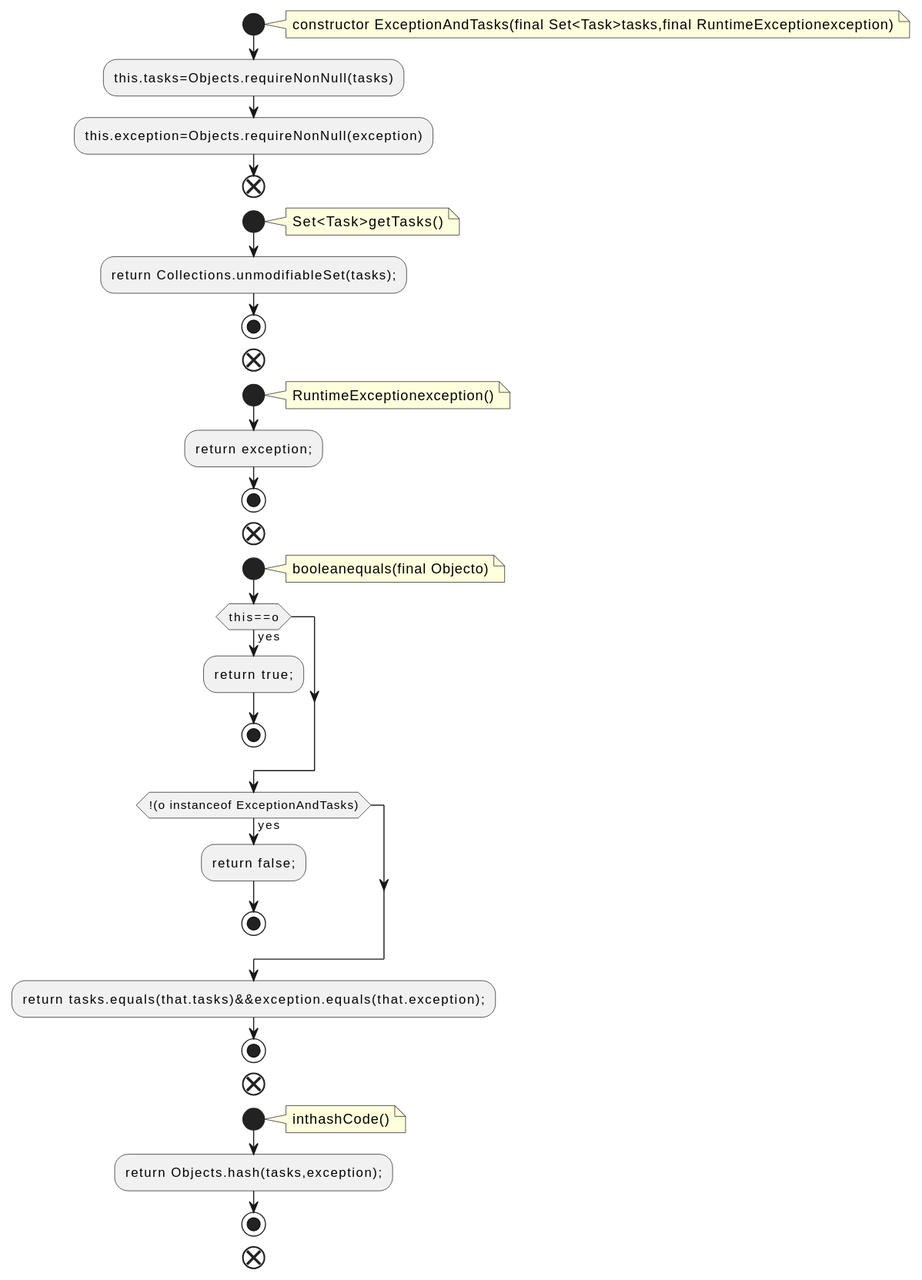
This is docs/qc/streams/src/main/java/org/apache/kafka/streams/processor/internals/StateUpdater.java.fct.svg from qualitesys/kafka, a PlantUML export, as it was before one commit. Its diagram source:
```plantuml
@startuml
!pragma layout smetana
start
note right
constructor ExceptionAndTasks(final Set<Task>tasks,final RuntimeExceptionexception)
end note
:this.tasks=Objects.requireNonNull(tasks);
:this.exception=Objects.requireNonNull(exception);
end
start
note right
Set<Task>getTasks()
end note
:return Collections.unmodifiableSet(tasks);;
stop
end
start
note right
RuntimeExceptionexception()
end note
:return exception;;
stop
end
start
note right
booleanequals(final Objecto)
end note
if (this==o) then (yes)
:return true;;
stop
endif
if (!(o instanceof ExceptionAndTasks)) then (yes)
:return false;;
stop
endif
:return tasks.equals(that.tasks)&&exception.equals(that.exception);;
stop
end
start
note right
inthashCode()
end note
:return Objects.hash(tasks,exception);;
stop
end
@enduml
```
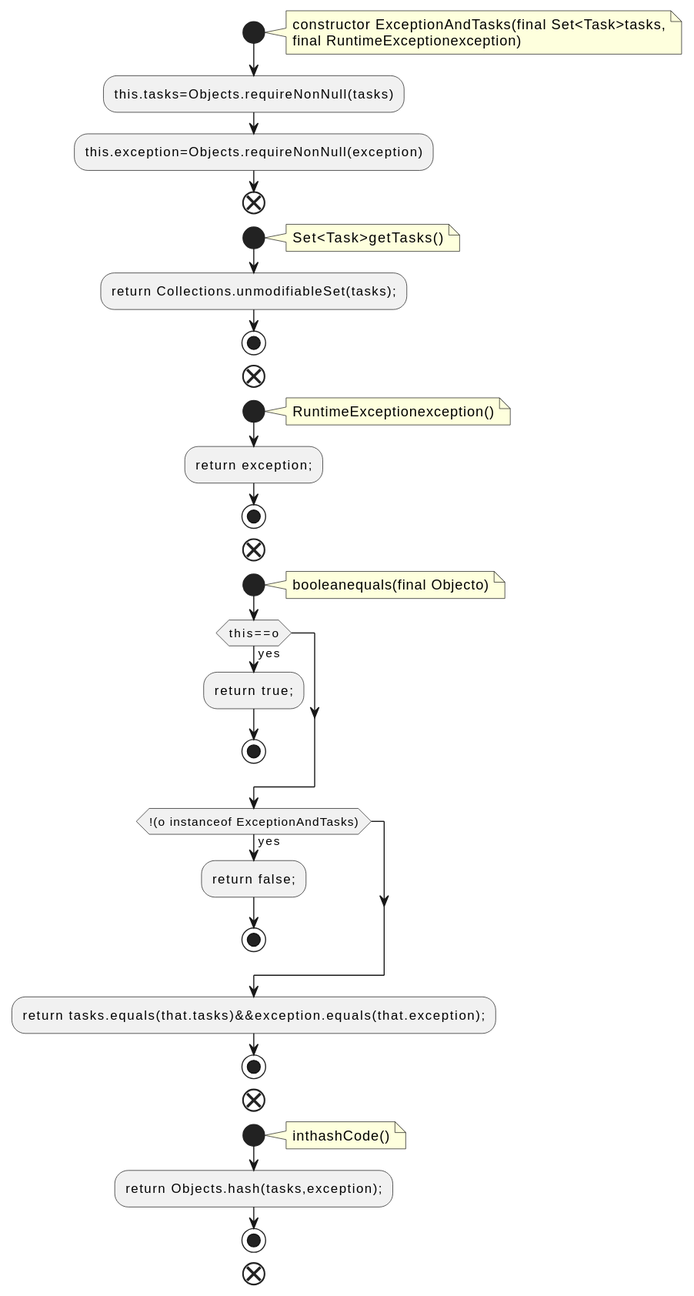
The same diagram one commit later.

What changed in the source:
```diff
@@ -2,7 +2,8 @@
 !pragma layout smetana
 start
 note right
-constructor ExceptionAndTasks(final Set<Task>tasks,final RuntimeExceptionexception)
+constructor ExceptionAndTasks(final Set<Task>tasks,
+final RuntimeExceptionexception)
 end note
 :this.tasks=Objects.requireNonNull(tasks);
 :this.exception=Objects.requireNonNull(exception);
```
